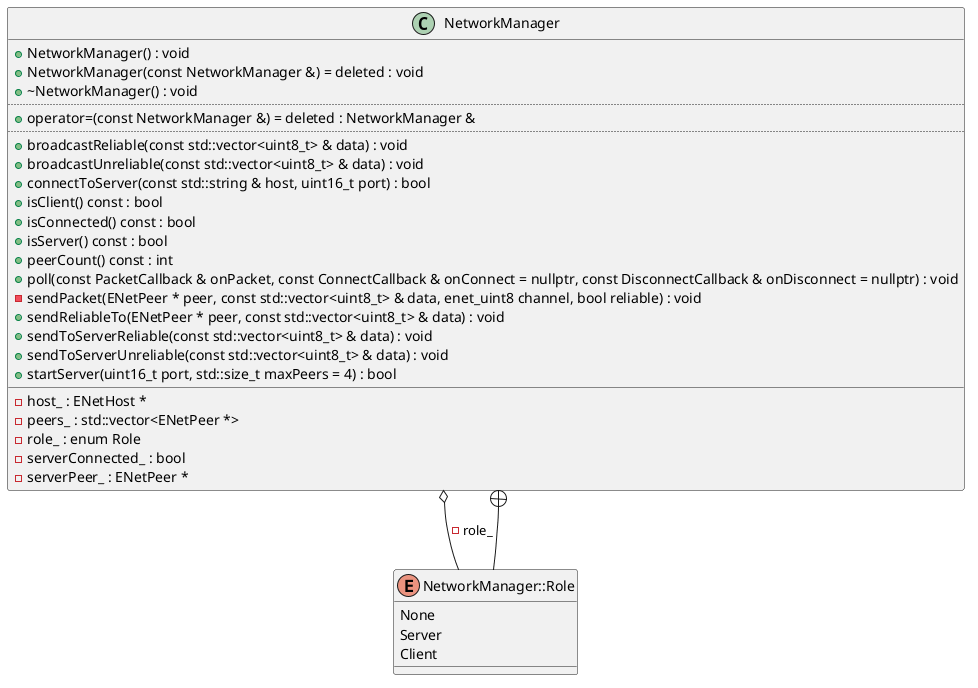
This is diagrams/networking.png from Reese-D/Catfish_Engine, a PlantUML export, as it was before one commit.
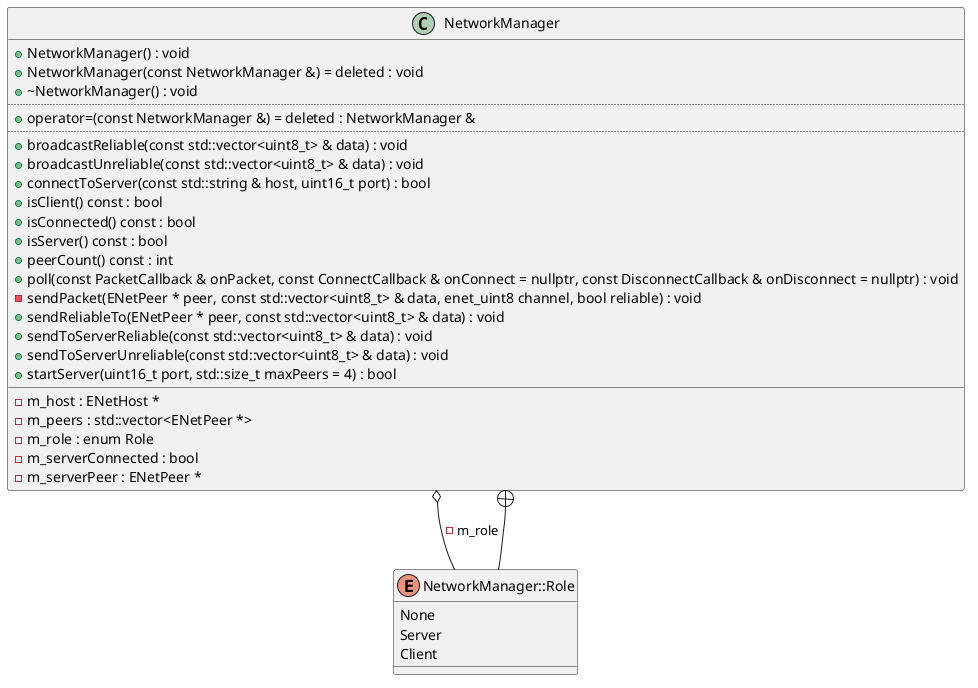
Later version of the same file.

Diff of the diagram source:
```diff
@@ -21,11 +21,11 @@
 +sendToServerUnreliable(const std::vector<uint8_t> & data) : void
 +startServer(uint16_t port, std::size_t maxPeers = 4) : bool
 __
--host_ : ENetHost *
--peers_ : std::vector<ENetPeer *>
--role_ : enum Role
--serverConnected_ : bool
--serverPeer_ : ENetPeer *
+-m_host : ENetHost *
+-m_peers : std::vector<ENetPeer *>
+-m_role : enum Role
+-m_serverConnected : bool
+-m_serverPeer : ENetPeer *
 }
 enum "NetworkManager::Role" as C_0017309929919130932823
 enum C_0017309929919130932823 {
@@ -33,7 +33,7 @@
 Server
 Client
 }
-C_0013483469987938214539 o-- C_0017309929919130932823 : -role_
+C_0013483469987938214539 o-- C_0017309929919130932823 : -m_role
 C_0017309929919130932823 --+ C_0013483469987938214539
 
 @enduml
```
